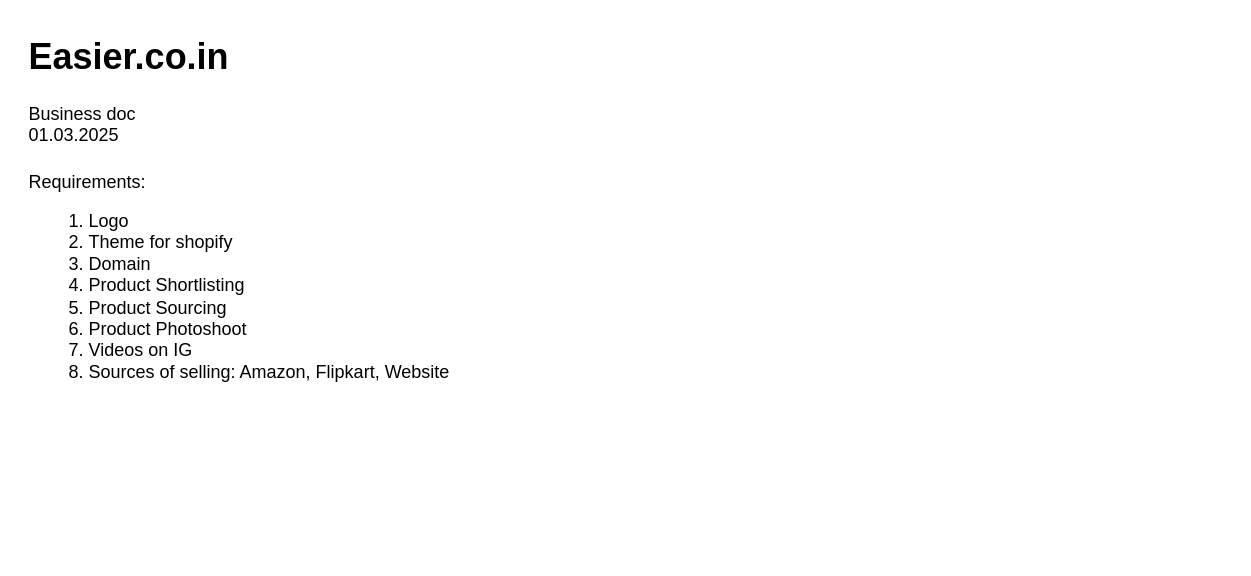
kashishmakkar99/basic-rep keeps this draw.io diagram as Untitled Diagram.drawio. Above is the earlier version. Source tidied: cells renumbered, new cells numbered last; positions are measured from the earlier drawing's top-left corner, leaving out a move shared by most shapes. Both pictures are drawn from the tidied source at 150%, with x=0, y=0 at pixel (26, 26).
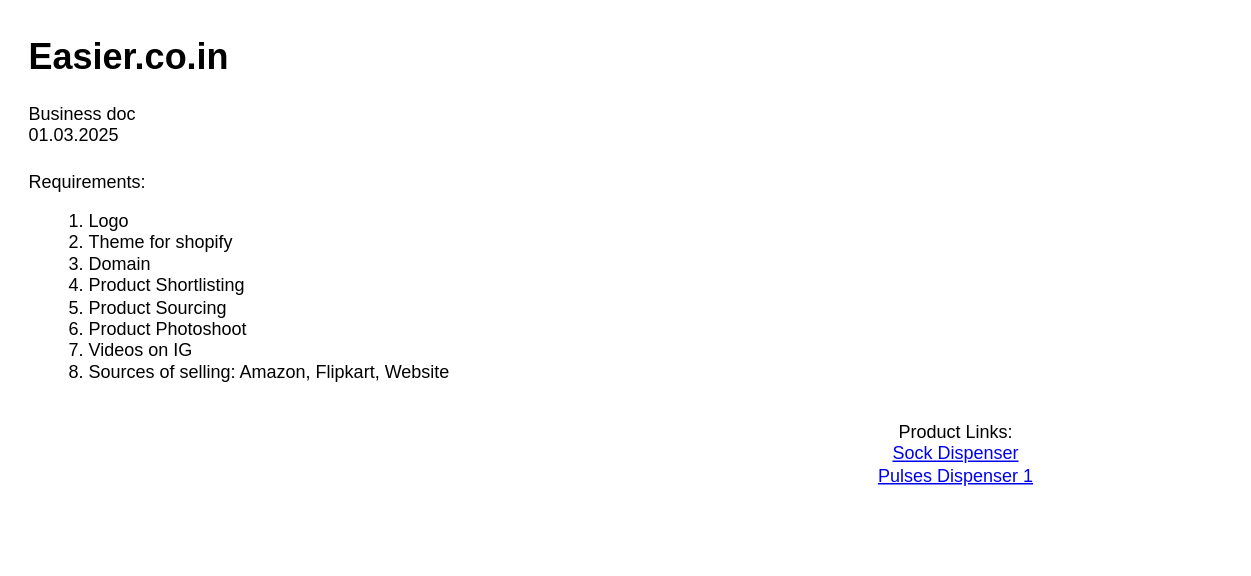
The same page after the edit.

Diff of the diagram source:
```diff
@@
 <mxGraphModel>
   <root>
     <mxCell id="0" />
     <mxCell id="1" parent="0" />
     <mxCell id="2" value="&lt;span style=&quot;background-color: transparent; color: light-dark(rgb(0, 0, 0), rgb(255, 255, 255));&quot;&gt;Requirements:&lt;/span&gt;&lt;br&gt;&lt;ol&gt;&lt;li&gt;&lt;span style=&quot;background-color: transparent; color: light-dark(rgb(0, 0, 0), rgb(255, 255, 255));&quot;&gt;Logo&lt;/span&gt;&lt;/li&gt;&lt;li&gt;&lt;span style=&quot;background-color: transparent; color: light-dark(rgb(0, 0, 0), rgb(255, 255, 255));&quot;&gt;Theme for shopify&lt;/span&gt;&lt;/li&gt;&lt;li&gt;&lt;span style=&quot;background-color: transparent; color: light-dark(rgb(0, 0, 0), rgb(255, 255, 255));&quot;&gt;Domain&lt;/span&gt;&lt;/li&gt;&lt;li&gt;&lt;span style=&quot;background-color: transparent; color: light-dark(rgb(0, 0, 0), rgb(255, 255, 255));&quot;&gt;Product Shortlisting&lt;/span&gt;&lt;/li&gt;&lt;li&gt;&lt;span style=&quot;background-color: transparent; color: light-dark(rgb(0, 0, 0), rgb(255, 255, 255));&quot;&gt;Product Sourcing&lt;/span&gt;&lt;/li&gt;&lt;li&gt;&lt;span style=&quot;background-color: transparent; color: light-dark(rgb(0, 0, 0), rgb(255, 255, 255));&quot;&gt;Product Photoshoot&lt;/span&gt;&lt;/li&gt;&lt;li&gt;&lt;span style=&quot;background-color: transparent; color: light-dark(rgb(0, 0, 0), rgb(255, 255, 255));&quot;&gt;Videos on IG&lt;/span&gt;&lt;/li&gt;&lt;li&gt;&lt;span style=&quot;background-color: transparent; color: light-dark(rgb(0, 0, 0), rgb(255, 255, 255));&quot;&gt;Sources of selling: Amazon, Flipkart, Website&amp;nbsp;&lt;/span&gt;&lt;/li&gt;&lt;/ol&gt;&lt;div&gt;&lt;br&gt;&lt;/div&gt;" style="text;html=1;align=left;verticalAlign=middle;strokeColor=none;fillColor=none;" parent="1" vertex="1">
       <mxGeometry y="90" width="310" height="180" as="geometry" />
     </mxCell>
     <mxCell id="3" value="&lt;h1 style=&quot;margin-top: 0px;&quot;&gt;Easier.co.in&lt;/h1&gt;&lt;div&gt;Business doc&lt;/div&gt;&lt;div&gt;01.03.2025&lt;/div&gt;" style="text;html=1;whiteSpace=wrap;overflow=hidden;rounded=0;" parent="1" vertex="1">
       <mxGeometry width="180" height="120" as="geometry" />
     </mxCell>
+    <mxCell id="4" value="Product Links:&lt;br&gt;&lt;a href=&quot;https://www.alibaba.com/product-detail/New-2024-Wholesale-Socks-and-Underwear_1601266745777.html?spm=a27aq.cp_15.3885147500.235.5f444e30P6OixP&quot;&gt;Sock Dispenser&lt;/a&gt;&lt;div&gt;&lt;a href=&quot;https://www.alibaba.com/product-detail/Factory-Wholesale-HOT-Kitchen-Multipurpose-Sealed_1601195294265.html?spm=a2700.details.you_may_like.3.1a587074x6OAF6&quot;&gt;Pulses Dispenser 1&lt;/a&gt;&lt;/div&gt;" style="text;html=1;align=center;verticalAlign=middle;whiteSpace=wrap;rounded=0;" parent="1" vertex="1">
+      <mxGeometry x="440" y="220" width="360" height="130" as="geometry" />
+    </mxCell>
   </root>
 </mxGraphModel>
```
